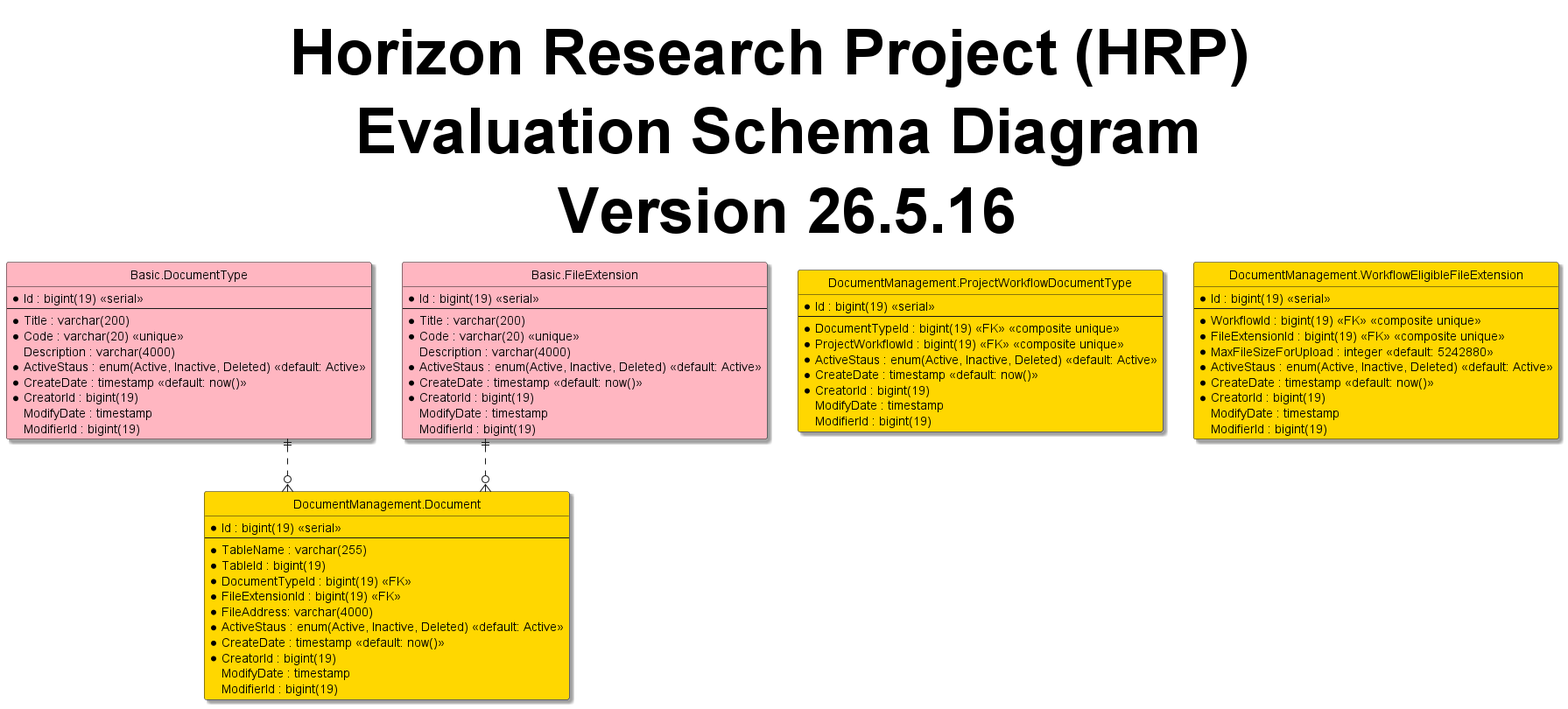
The PlantUML diagram 3-HorizonModeling/3.1-HorizonUml/out/ERD/Schemas/DocumentManagementSchemaDiagram.png in shadowfox1984/Horizon, before a commit.
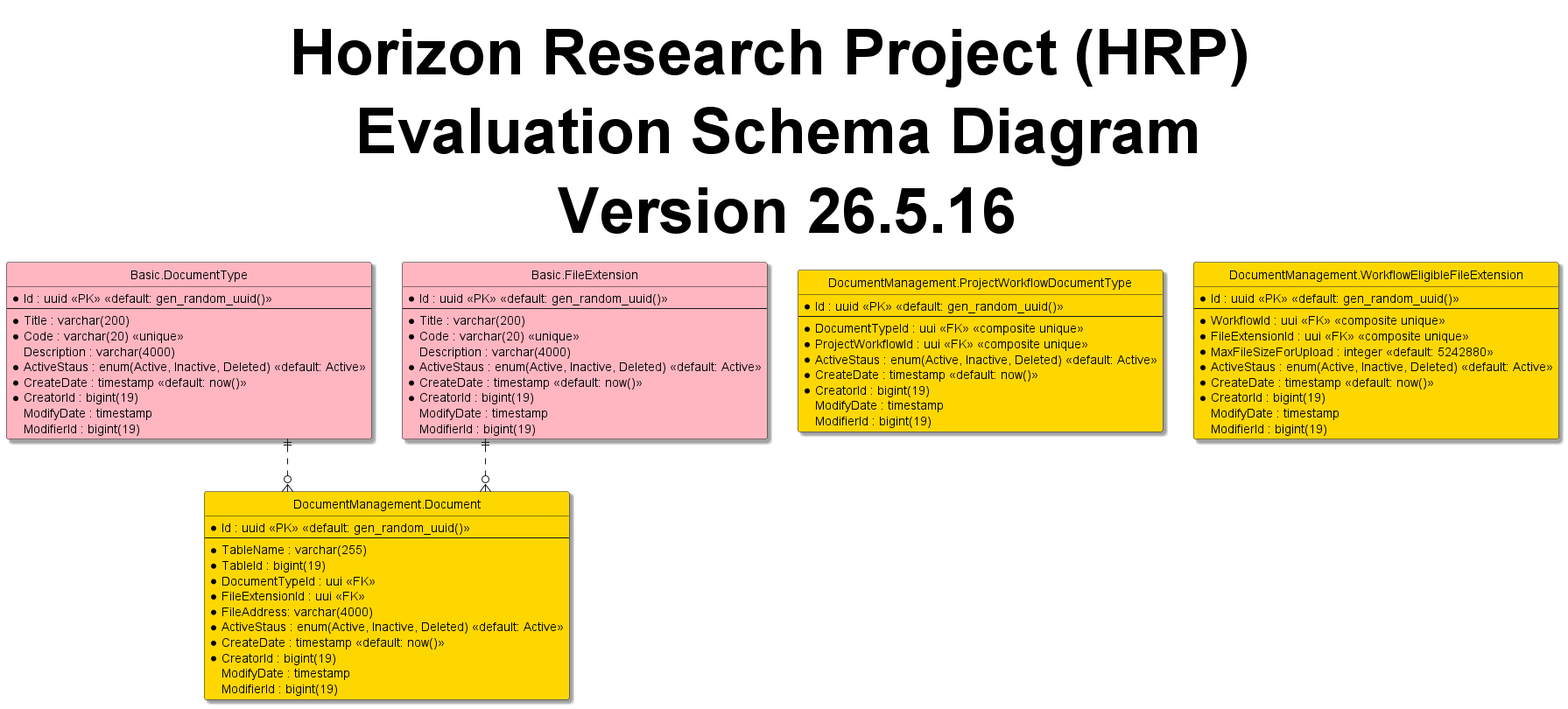
The same file after the commit.

Diff of the diagram source:
```diff
@@ -8,7 +8,7 @@
 title Horizon Research Project (HRP) \n Evaluation Schema Diagram \n Version 26.5.16
 
 entity "Basic.DocumentType" as documentType #LightPink{
-  *Id : bigint(19) <<serial>>
+  *Id : uuid <<PK>> <<default: gen_random_uuid()>>
   --
   *Title : varchar(200)
   *Code : varchar(20) <<unique>>
@@ -21,7 +21,7 @@
 }
 
 entity "Basic.FileExtension" as fileExtension #LightPink{
-  *Id : bigint(19) <<serial>>
+  *Id : uuid <<PK>> <<default: gen_random_uuid()>>
   --
   *Title : varchar(200)
   *Code : varchar(20) <<unique>>
@@ -34,12 +34,12 @@
 }
 
 entity "DocumentManagement.Document" as document #Gold{
-  *Id : bigint(19) <<serial>>
+  *Id : uuid <<PK>> <<default: gen_random_uuid()>>
   --
   *TableName : varchar(255)
   *TableId : bigint(19)
-  *DocumentTypeId : bigint(19) <<FK>>
-  *FileExtensionId : bigint(19) <<FK>>
+  *DocumentTypeId : uui <<FK>>
+  *FileExtensionId : uui <<FK>>
   *FileAddress: varchar(4000)
   *ActiveStaus : enum(Active, Inactive, Deleted) <<default: Active>>
   *CreateDate : timestamp <<default: now()>>
@@ -49,10 +49,10 @@
 }
 
 entity "DocumentManagement.ProjectWorkflowDocumentType" as projectWorkflowDocumentType #Gold{
-  *Id : bigint(19) <<serial>>
+  *Id : uuid <<PK>> <<default: gen_random_uuid()>>
   --
-  *DocumentTypeId : bigint(19) <<FK>> <<composite unique>>
-  *ProjectWorkflowId : bigint(19) <<FK>> <<composite unique>>
+  *DocumentTypeId : uui <<FK>> <<composite unique>>
+  *ProjectWorkflowId : uui <<FK>> <<composite unique>>
   *ActiveStaus : enum(Active, Inactive, Deleted) <<default: Active>>
   *CreateDate : timestamp <<default: now()>>
   *CreatorId : bigint(19)
@@ -61,10 +61,10 @@
 }
 
 entity "DocumentManagement.WorkflowEligibleFileExtension" as workflowEligibleFileExtension #Gold{
-  *Id : bigint(19) <<serial>>
+  *Id : uuid <<PK>> <<default: gen_random_uuid()>>
   --
-  *WorkflowId : bigint(19) <<FK>> <<composite unique>>
-  *FileExtensionId : bigint(19) <<FK>> <<composite unique>>
+  *WorkflowId : uui <<FK>> <<composite unique>>
+  *FileExtensionId : uui <<FK>> <<composite unique>>
   *MaxFileSizeForUpload : integer <<default: 5242880>>
   *ActiveStaus : enum(Active, Inactive, Deleted) <<default: Active>>
   *CreateDate : timestamp <<default: now()>>
```
